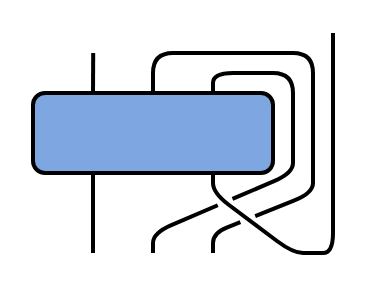
This is page "Page-31" (31 of 63) of indexmanipulations.drawio from lkdvos/TensorDiagrams, a draw.io file, before an edit. Source tidied: cells renumbered, new cells numbered last; positions are measured from the earlier drawing's top-left corner, leaving out a move shared by most shapes. Both pictures are drawn from the tidied source at 200%, with x=0, y=0 at pixel (32, 32).
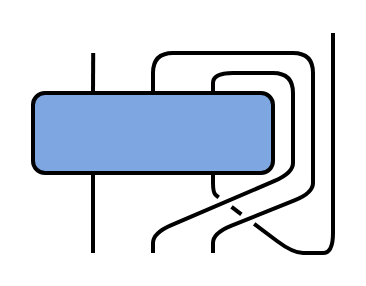
The same diagram, later.

Change to the diagram source:
```diff
@@
-    <mxCell id="7" style="rounded=1;orthogonalLoop=1;jettySize=auto;html=1;strokeColor=default;strokeWidth=2;align=center;verticalAlign=middle;fontFamily=Helvetica;fontSize=12;fontColor=default;labelBackgroundColor=default;endArrow=none;endFill=0;jumpStyle=none;" parent="1" edge="1">
-      <mxGeometry relative="1" as="geometry">
-        <mxPoint x="90" y="70" as="sourcePoint" />
-        <mxPoint x="140" y="110" as="targetPoint" />
-        <Array as="points">
-          <mxPoint x="90" y="80" />
-          <mxPoint x="130" y="110" />
-        </Array>
-      </mxGeometry>
-    </mxCell>
-    <mxCell id="8" style="rounded=1;orthogonalLoop=1;jettySize=auto;html=1;strokeColor=default;strokeWidth=2;align=center;verticalAlign=middle;fontFamily=Helvetica;fontSize=12;fontColor=default;labelBackgroundColor=default;endArrow=none;endFill=0;curved=0;jumpStyle=gap;" parent="1" edge="1">
+    <mxCell id="8" style="rounded=1;orthogonalLoop=1;jettySize=auto;html=1;strokeColor=default;strokeWidth=2;align=center;verticalAlign=middle;fontFamily=Helvetica;fontSize=12;fontColor=default;labelBackgroundColor=default;endArrow=none;endFill=0;curved=0;jumpStyle=none;" parent="1" edge="1">
       <mxGeometry relative="1" as="geometry">
         <mxPoint x="140" y="70" as="sourcePoint" />
         <mxPoint x="90" y="110" as="targetPoint" />
         <Array as="points">
           <mxPoint x="140" y="80" />
           <mxPoint x="90" y="100" />
         </Array>
       </mxGeometry>
     </mxCell>
-    <mxCell id="9" style="rounded=1;orthogonalLoop=1;jettySize=auto;html=1;strokeColor=default;strokeWidth=2;align=center;verticalAlign=middle;fontFamily=Helvetica;fontSize=12;fontColor=default;labelBackgroundColor=default;endArrow=none;endFill=0;curved=0;jumpStyle=gap;" parent="1" edge="1">
+    <mxCell id="9" style="rounded=1;orthogonalLoop=1;jettySize=auto;html=1;strokeColor=default;strokeWidth=2;align=center;verticalAlign=middle;fontFamily=Helvetica;fontSize=12;fontColor=default;labelBackgroundColor=default;endArrow=none;endFill=0;curved=0;jumpStyle=none;" parent="1" edge="1">
       <mxGeometry relative="1" as="geometry">
         <mxPoint x="130" y="60" as="sourcePoint" />
         <mxPoint x="60" y="110" as="targetPoint" />
         <Array as="points">
           <mxPoint x="130" y="70" />
           <mxPoint x="60" y="100" />
         </Array>
       </mxGeometry>
     </mxCell>
@@
+    <mxCell id="7" style="rounded=1;orthogonalLoop=1;jettySize=auto;html=1;strokeColor=default;strokeWidth=2;align=center;verticalAlign=middle;fontFamily=Helvetica;fontSize=12;fontColor=default;labelBackgroundColor=default;endArrow=none;endFill=0;jumpStyle=gap;" parent="1" edge="1">
+      <mxGeometry relative="1" as="geometry">
+        <mxPoint x="90" y="70" as="sourcePoint" />
+        <mxPoint x="140" y="110" as="targetPoint" />
+        <Array as="points">
+          <mxPoint x="90" y="80" />
+          <mxPoint x="130" y="110" />
+        </Array>
+      </mxGeometry>
+    </mxCell>
```
